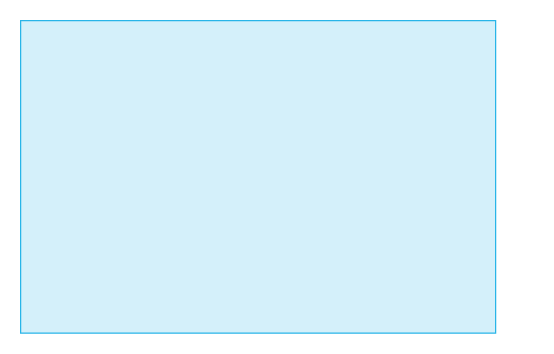
The draw.io diagram MASTER.drawio in phil-curran/images, before the edit. Source tidied: cells renumbered, new cells numbered last; positions are measured from the earlier drawing's top-left corner, leaving out a move shared by most shapes. Both pictures are drawn from the tidied source at 125%, with x=0, y=0 at pixel (20, 20).
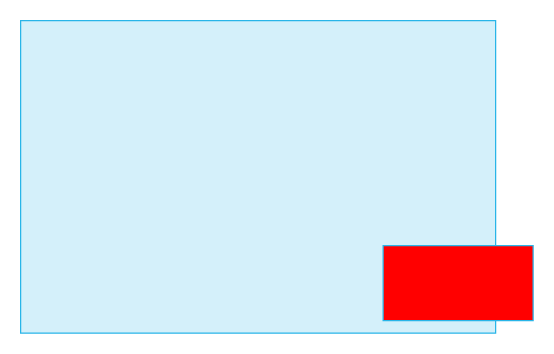
After the change.

What changed in the source:
```diff
@@
 <mxGraphModel>
   <root>
     <mxCell id="0" />
     <mxCell id="1" parent="0" />
     <mxCell id="2" style="rounded=0;whiteSpace=wrap;html=1;strokeColor=#29B5E8;strokeWidth=1;fontFamily=Arial;fontSize=12;fontColor=#11567F;fillColor=light-dark(#D4F0FA,#A47CDD);" parent="1" vertex="1">
       <mxGeometry width="380" height="250" as="geometry" />
     </mxCell>
+    <mxCell id="3" style="rounded=0;whiteSpace=wrap;html=1;strokeColor=#29B5E8;strokeWidth=1;fontFamily=Arial;fontSize=12;fontColor=#11567F;fillColor=#FF0000;" parent="1" vertex="1">
+      <mxGeometry x="290" y="180" width="120" height="60" as="geometry" />
+    </mxCell>
   </root>
 </mxGraphModel>
```
